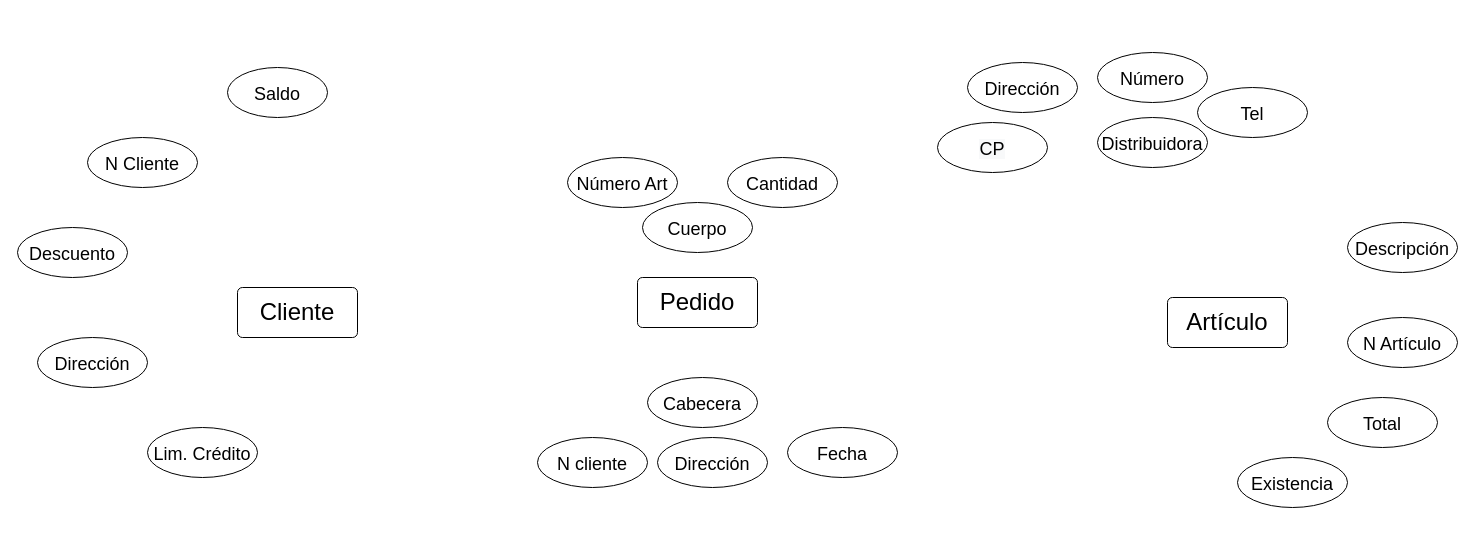
Before: Ejercicio 5.drawio in LeandroCantero/BaseDeDatos-Unahur, a draw.io diagram. Source tidied: cells renumbered, new cells numbered last; positions are measured from the earlier drawing's top-left corner, leaving out a move shared by most shapes. Both pictures are drawn from the tidied source at 100%, with x=0, y=0 at pixel (17, 52).
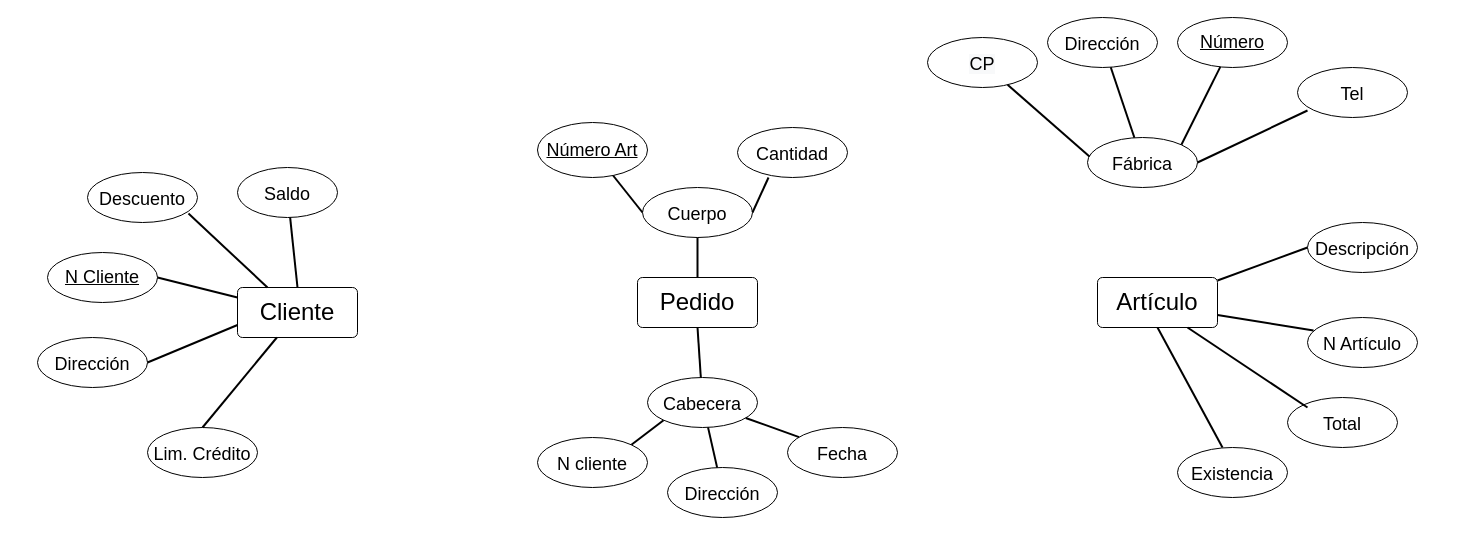
Above is the later version.

The change refers to these unchanged cells:
```xml
<mxCell id="2" value="&lt;font style=&quot;font-size: 24px;&quot;&gt;Cliente&lt;/font&gt;" style="rounded=1;arcSize=10;whiteSpace=wrap;html=1;align=center;fontSize=18;" parent="1" vertex="1">
  <mxGeometry x="220" y="235" width="120" height="50" as="geometry" />
</mxCell>
<mxCell id="4" value="&lt;font style=&quot;font-size: 24px;&quot;&gt;Pedido&lt;/font&gt;" style="rounded=1;arcSize=10;whiteSpace=wrap;html=1;align=center;fontSize=18;" parent="1" vertex="1">
  <mxGeometry x="620" y="225" width="120" height="50" as="geometry" />
</mxCell>
<mxCell id="7" value="&lt;span style=&quot;font-size: 18px;&quot;&gt;Dirección&lt;/span&gt;" style="ellipse;whiteSpace=wrap;html=1;align=center;fontSize=24;" parent="1" vertex="1">
  <mxGeometry x="20" y="285" width="110" height="50" as="geometry" />
</mxCell>
<mxCell id="8" value="&lt;span style=&quot;font-size: 18px;&quot;&gt;Lim. Crédito&lt;/span&gt;" style="ellipse;whiteSpace=wrap;html=1;align=center;fontSize=24;" parent="1" vertex="1">
  <mxGeometry x="130" y="375" width="110" height="50" as="geometry" />
</mxCell>
<mxCell id="11" value="&lt;span style=&quot;font-size: 18px;&quot;&gt;Cabecera&lt;/span&gt;" style="ellipse;whiteSpace=wrap;html=1;align=center;fontSize=24;" parent="1" vertex="1">
  <mxGeometry x="630" y="325" width="110" height="50" as="geometry" />
</mxCell>
<mxCell id="14" value="&lt;span style=&quot;font-size: 18px;&quot;&gt;N cliente&lt;/span&gt;" style="ellipse;whiteSpace=wrap;html=1;align=center;fontSize=24;" parent="1" vertex="1">
  <mxGeometry x="520" y="385" width="110" height="50" as="geometry" />
</mxCell>
<mxCell id="16" value="&lt;span style=&quot;font-size: 18px;&quot;&gt;Fecha&lt;/span&gt;" style="ellipse;whiteSpace=wrap;html=1;align=center;fontSize=24;" parent="1" vertex="1">
  <mxGeometry x="770" y="375" width="110" height="50" as="geometry" />
</mxCell>
```

Change to the diagram source:
```diff
@@
     <mxCell id="3" value="&lt;font style=&quot;font-size: 24px;&quot;&gt;Artículo&lt;/font&gt;" style="rounded=1;arcSize=10;whiteSpace=wrap;html=1;align=center;fontSize=18;" parent="1" vertex="1">
-      <mxGeometry x="1150" y="245" width="120" height="50" as="geometry" />
+      <mxGeometry x="1080" y="225" width="120" height="50" as="geometry" />
     </mxCell>
@@
     <mxCell id="5" value="&lt;span style=&quot;font-size: 18px;&quot;&gt;Saldo&lt;/span&gt;" style="ellipse;whiteSpace=wrap;html=1;align=center;fontSize=24;" parent="1" vertex="1">
-      <mxGeometry x="210" y="15" width="100" height="50" as="geometry" />
+      <mxGeometry x="220" y="115" width="100" height="50" as="geometry" />
     </mxCell>
-    <mxCell id="6" value="&lt;span style=&quot;font-size: 18px;&quot;&gt;N Cliente&lt;/span&gt;" style="ellipse;whiteSpace=wrap;html=1;align=center;fontSize=24;" parent="1" vertex="1">
-      <mxGeometry x="70" y="85" width="110" height="50" as="geometry" />
-    </mxCell>
@@
     <mxCell id="9" value="&lt;span style=&quot;font-size: 18px;&quot;&gt;Descuento&lt;/span&gt;" style="ellipse;whiteSpace=wrap;html=1;align=center;fontSize=24;" parent="1" vertex="1">
-      <mxGeometry y="175" width="110" height="50" as="geometry" />
+      <mxGeometry x="70" y="120" width="110" height="50" as="geometry" />
     </mxCell>
     <mxCell id="10" value="&lt;span style=&quot;font-size: 18px;&quot;&gt;Cuerpo&lt;/span&gt;" style="ellipse;whiteSpace=wrap;html=1;align=center;fontSize=24;" parent="1" vertex="1">
-      <mxGeometry x="625" y="150" width="110" height="50" as="geometry" />
+      <mxGeometry x="625" y="135" width="110" height="50" as="geometry" />
     </mxCell>
@@
-    <mxCell id="12" value="&lt;span style=&quot;font-size: 18px;&quot;&gt;Número Art&lt;/span&gt;" style="ellipse;whiteSpace=wrap;html=1;align=center;fontSize=24;" parent="1" vertex="1">
-      <mxGeometry x="550" y="105" width="110" height="50" as="geometry" />
-    </mxCell>
     <mxCell id="13" value="&lt;span style=&quot;font-size: 18px;&quot;&gt;Cantidad&lt;/span&gt;" style="ellipse;whiteSpace=wrap;html=1;align=center;fontSize=24;" parent="1" vertex="1">
-      <mxGeometry x="710" y="105" width="110" height="50" as="geometry" />
+      <mxGeometry x="720" y="75" width="110" height="50" as="geometry" />
     </mxCell>
@@
     <mxCell id="15" value="&lt;span style=&quot;font-size: 18px;&quot;&gt;Dirección&lt;/span&gt;" style="ellipse;whiteSpace=wrap;html=1;align=center;fontSize=24;" parent="1" vertex="1">
-      <mxGeometry x="640" y="385" width="110" height="50" as="geometry" />
+      <mxGeometry x="650" y="415" width="110" height="50" as="geometry" />
     </mxCell>
@@
-    <mxCell id="17" value="&lt;span style=&quot;font-size: 18px;&quot;&gt;Distribuidora&lt;/span&gt;" style="ellipse;whiteSpace=wrap;html=1;align=center;fontSize=24;" parent="1" vertex="1">
-      <mxGeometry x="1080" y="65" width="110" height="50" as="geometry" />
+    <mxCell id="17" value="&lt;span style=&quot;font-size: 18px;&quot;&gt;Fábrica&lt;/span&gt;" style="ellipse;whiteSpace=wrap;html=1;align=center;fontSize=24;" parent="1" vertex="1">
+      <mxGeometry x="1070" y="85" width="110" height="50" as="geometry" />
     </mxCell>
     <mxCell id="18" value="&lt;span style=&quot;font-size: 18px;&quot;&gt;Descripción&lt;/span&gt;" style="ellipse;whiteSpace=wrap;html=1;align=center;fontSize=24;" parent="1" vertex="1">
-      <mxGeometry x="1330" y="170" width="110" height="50" as="geometry" />
+      <mxGeometry x="1290" y="170" width="110" height="50" as="geometry" />
     </mxCell>
     <mxCell id="19" value="&lt;span style=&quot;font-size: 18px;&quot;&gt;N Artículo&lt;/span&gt;" style="ellipse;whiteSpace=wrap;html=1;align=center;fontSize=24;" parent="1" vertex="1">
-      <mxGeometry x="1330" y="265" width="110" height="50" as="geometry" />
+      <mxGeometry x="1290" y="265" width="110" height="50" as="geometry" />
     </mxCell>
     <mxCell id="20" value="&lt;span style=&quot;font-size: 18px;&quot;&gt;Total&lt;/span&gt;" style="ellipse;whiteSpace=wrap;html=1;align=center;fontSize=24;" parent="1" vertex="1">
-      <mxGeometry x="1310" y="345" width="110" height="50" as="geometry" />
+      <mxGeometry x="1270" y="345" width="110" height="50" as="geometry" />
     </mxCell>
     <mxCell id="21" value="&lt;span style=&quot;font-size: 18px;&quot;&gt;Dirección&lt;/span&gt;" style="ellipse;whiteSpace=wrap;html=1;align=center;fontSize=24;" parent="1" vertex="1">
-      <mxGeometry x="950" y="10" width="110" height="50" as="geometry" />
+      <mxGeometry x="1030" y="-35" width="110" height="50" as="geometry" />
     </mxCell>
-    <mxCell id="22" value="&lt;span style=&quot;font-size: 18px;&quot;&gt;Número&lt;/span&gt;" style="ellipse;whiteSpace=wrap;html=1;align=center;fontSize=24;" parent="1" vertex="1">
-      <mxGeometry x="1080" width="110" height="50" as="geometry" />
-    </mxCell>
     <mxCell id="23" value="&lt;span style=&quot;font-size: 18px;&quot;&gt;Tel&lt;/span&gt;" style="ellipse;whiteSpace=wrap;html=1;align=center;fontSize=24;" parent="1" vertex="1">
-      <mxGeometry x="1180" y="35" width="110" height="50" as="geometry" />
+      <mxGeometry x="1280" y="15" width="110" height="50" as="geometry" />
     </mxCell>
     <mxCell id="24" value="&lt;span style=&quot;color: rgb(0, 0, 0); font-family: Helvetica; font-size: 18px; font-style: normal; font-variant-ligatures: normal; font-variant-caps: normal; font-weight: 400; letter-spacing: normal; orphans: 2; text-align: center; text-indent: 0px; text-transform: none; widows: 2; word-spacing: 0px; -webkit-text-stroke-width: 0px; background-color: rgb(248, 249, 250); text-decoration-thickness: initial; text-decoration-style: initial; text-decoration-color: initial; float: none; display: inline !important;&quot;&gt;CP&lt;/span&gt;" style="ellipse;whiteSpace=wrap;html=1;align=center;fontSize=24;" parent="1" vertex="1">
-      <mxGeometry x="920" y="70" width="110" height="50" as="geometry" />
+      <mxGeometry x="910" y="-15" width="110" height="50" as="geometry" />
     </mxCell>
     <mxCell id="25" value="&lt;span style=&quot;font-size: 18px;&quot;&gt;Existencia&lt;/span&gt;" style="ellipse;whiteSpace=wrap;html=1;align=center;fontSize=24;" parent="1" vertex="1">
-      <mxGeometry x="1220" y="405" width="110" height="50" as="geometry" />
+      <mxGeometry x="1160" y="395" width="110" height="50" as="geometry" />
     </mxCell>
+    <mxCell id="12" value="Número Art" style="ellipse;whiteSpace=wrap;html=1;align=center;fontStyle=4;fontSize=18;" parent="1" vertex="1">
+      <mxGeometry x="520" y="70" width="110" height="55" as="geometry" />
+    </mxCell>
+    <mxCell id="6" value="N Cliente" style="ellipse;whiteSpace=wrap;html=1;align=center;fontStyle=4;fontSize=18;" parent="1" vertex="1">
+      <mxGeometry x="30" y="200" width="110" height="50" as="geometry" />
+    </mxCell>
+    <mxCell id="22" value="Número" style="ellipse;whiteSpace=wrap;html=1;align=center;fontStyle=4;fontSize=18;" parent="1" vertex="1">
+      <mxGeometry x="1160" y="-35" width="110" height="50" as="geometry" />
+    </mxCell>
+    <mxCell id="26" style="endArrow=none;html=1;rounded=0;fontSize=18;exitX=1;exitY=0.5;exitDx=0;exitDy=0;strokeWidth=2;" parent="1" edge="1" source="6" target="2">
+      <mxGeometry relative="1" as="geometry" />
+    </mxCell>
+    <mxCell id="27" style="endArrow=none;html=1;rounded=0;fontSize=18;strokeWidth=2;exitX=1;exitY=0.5;exitDx=0;exitDy=0;entryX=0;entryY=0.75;entryDx=0;entryDy=0;" parent="1" edge="1" source="7" target="2">
+      <mxGeometry relative="1" as="geometry" />
+    </mxCell>
+    <mxCell id="28" style="endArrow=none;html=1;rounded=0;fontSize=18;strokeWidth=2;exitX=0.5;exitY=0;exitDx=0;exitDy=0;" parent="1" edge="1" source="8" target="2">
+      <mxGeometry relative="1" as="geometry" />
+    </mxCell>
+    <mxCell id="29" style="endArrow=none;html=1;rounded=0;fontSize=18;exitX=0.918;exitY=0.82;exitDx=0;exitDy=0;strokeWidth=2;exitPerimeter=0;entryX=0.25;entryY=0;entryDx=0;entryDy=0;" parent="1" edge="1" source="9" target="2">
+      <mxGeometry relative="1" as="geometry" />
+    </mxCell>
+    <mxCell id="30" style="endArrow=none;html=1;rounded=0;fontSize=18;strokeWidth=2;entryX=0.5;entryY=0;entryDx=0;entryDy=0;" parent="1" edge="1" source="5" target="2">
+      <mxGeometry relative="1" as="geometry" />
+    </mxCell>
+    <mxCell id="31" style="endArrow=none;html=1;rounded=0;fontSize=18;strokeWidth=2;exitX=0.5;exitY=1;exitDx=0;exitDy=0;" parent="1" edge="1" source="4" target="11">
+      <mxGeometry relative="1" as="geometry" />
+    </mxCell>
+    <mxCell id="32" style="endArrow=none;html=1;rounded=0;fontSize=18;strokeWidth=2;entryX=0;entryY=1;entryDx=0;entryDy=0;exitX=1;exitY=0;exitDx=0;exitDy=0;" parent="1" edge="1" source="14" target="11">
+      <mxGeometry relative="1" as="geometry" />
+    </mxCell>
+    <mxCell id="33" style="endArrow=none;html=1;rounded=0;fontSize=18;strokeWidth=2;" parent="1" edge="1" source="15" target="11">
+      <mxGeometry relative="1" as="geometry" />
+    </mxCell>
+    <mxCell id="34" style="endArrow=none;html=1;rounded=0;fontSize=18;strokeWidth=2;" parent="1" edge="1" source="16" target="11">
+      <mxGeometry relative="1" as="geometry" />
+    </mxCell>
+    <mxCell id="35" style="endArrow=none;html=1;rounded=0;fontSize=18;strokeWidth=2;entryX=0.5;entryY=1;entryDx=0;entryDy=0;exitX=0.5;exitY=0;exitDx=0;exitDy=0;" parent="1" edge="1" source="4" target="10">
+      <mxGeometry relative="1" as="geometry" />
+    </mxCell>
+    <mxCell id="36" style="endArrow=none;html=1;rounded=0;fontSize=18;strokeWidth=2;entryX=0;entryY=0.5;entryDx=0;entryDy=0;" parent="1" edge="1" source="12" target="10">
+      <mxGeometry relative="1" as="geometry" />
+    </mxCell>
+    <mxCell id="37" style="endArrow=none;html=1;rounded=0;fontSize=18;strokeWidth=2;entryX=0.282;entryY=1;entryDx=0;entryDy=0;entryPerimeter=0;exitX=1;exitY=0.5;exitDx=0;exitDy=0;" parent="1" edge="1" source="10" target="13">
+      <mxGeometry relative="1" as="geometry" />
+    </mxCell>
+    <mxCell id="38" style="endArrow=none;html=1;rounded=0;fontSize=18;strokeWidth=2;entryX=0.018;entryY=0.38;entryDx=0;entryDy=0;entryPerimeter=0;" parent="1" edge="1" source="24" target="17">
+      <mxGeometry relative="1" as="geometry" />
+    </mxCell>
+    <mxCell id="39" style="endArrow=none;html=1;rounded=0;fontSize=18;strokeWidth=2;" parent="1" edge="1" source="17" target="21">
+      <mxGeometry relative="1" as="geometry" />
+    </mxCell>
+    <mxCell id="40" style="endArrow=none;html=1;rounded=0;fontSize=18;strokeWidth=2;exitX=1;exitY=0;exitDx=0;exitDy=0;" parent="1" edge="1" source="17" target="22">
+      <mxGeometry relative="1" as="geometry" />
+    </mxCell>
+    <mxCell id="41" style="endArrow=none;html=1;rounded=0;fontSize=18;strokeWidth=2;exitX=1;exitY=0.5;exitDx=0;exitDy=0;entryX=0.091;entryY=0.86;entryDx=0;entryDy=0;entryPerimeter=0;" parent="1" edge="1" source="17" target="23">
+      <mxGeometry relative="1" as="geometry" />
+    </mxCell>
+    <mxCell id="42" style="endArrow=none;html=1;rounded=0;fontSize=18;strokeWidth=2;exitX=0.5;exitY=1;exitDx=0;exitDy=0;entryX=0.409;entryY=0;entryDx=0;entryDy=0;entryPerimeter=0;" parent="1" edge="1" source="3" target="25">
+      <mxGeometry relative="1" as="geometry" />
+    </mxCell>
+    <mxCell id="43" style="endArrow=none;html=1;rounded=0;fontSize=18;strokeWidth=2;exitX=0.75;exitY=1;exitDx=0;exitDy=0;" parent="1" edge="1" source="3">
+      <mxGeometry relative="1" as="geometry">
+        <mxPoint x="1290" y="355" as="targetPoint" />
+      </mxGeometry>
+    </mxCell>
+    <mxCell id="44" style="endArrow=none;html=1;rounded=0;fontSize=18;strokeWidth=2;entryX=0.055;entryY=0.26;entryDx=0;entryDy=0;entryPerimeter=0;exitX=1;exitY=0.75;exitDx=0;exitDy=0;" parent="1" edge="1" source="3" target="19">
+      <mxGeometry relative="1" as="geometry" />
+    </mxCell>
+    <mxCell id="45" style="endArrow=none;html=1;rounded=0;fontSize=18;strokeWidth=2;entryX=0;entryY=0.5;entryDx=0;entryDy=0;" parent="1" edge="1" source="3" target="18">
+      <mxGeometry relative="1" as="geometry" />
+    </mxCell>
```
